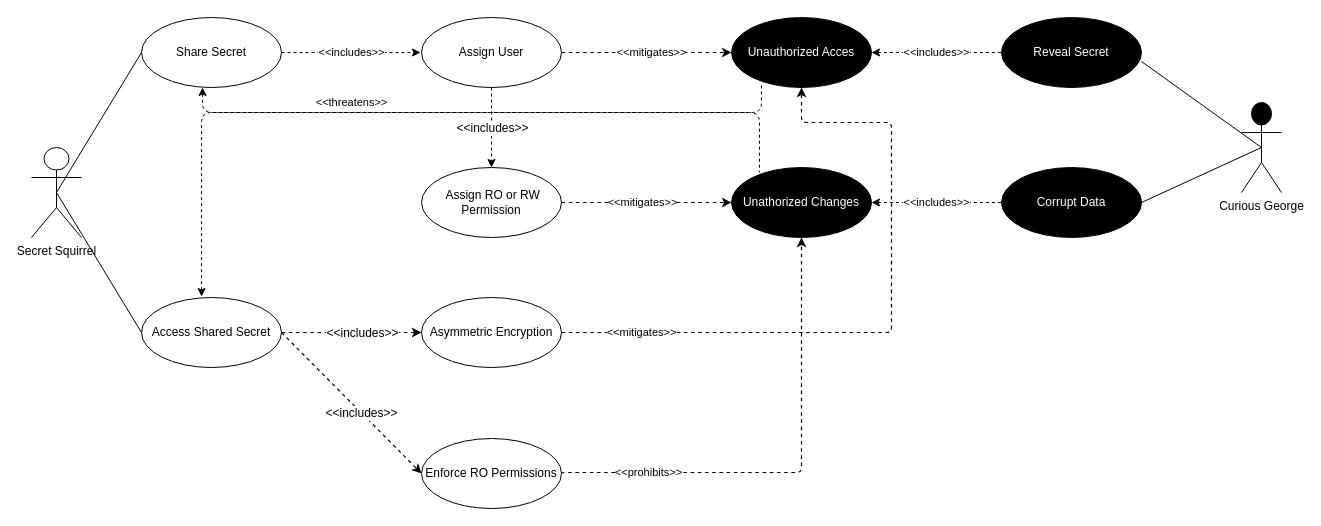
sdfrench/CYBR8420-GotRoot keeps this draw.io diagram as page "Sharing" (5 of 5) of Images/Use Cases.drawio. Above is the earlier version. Source tidied: cells renumbered, new cells numbered last; positions are measured from the earlier drawing's top-left corner, leaving out a move shared by most shapes. Both pictures are drawn from the tidied source at 100%, with x=0, y=0 at pixel (31, 17).
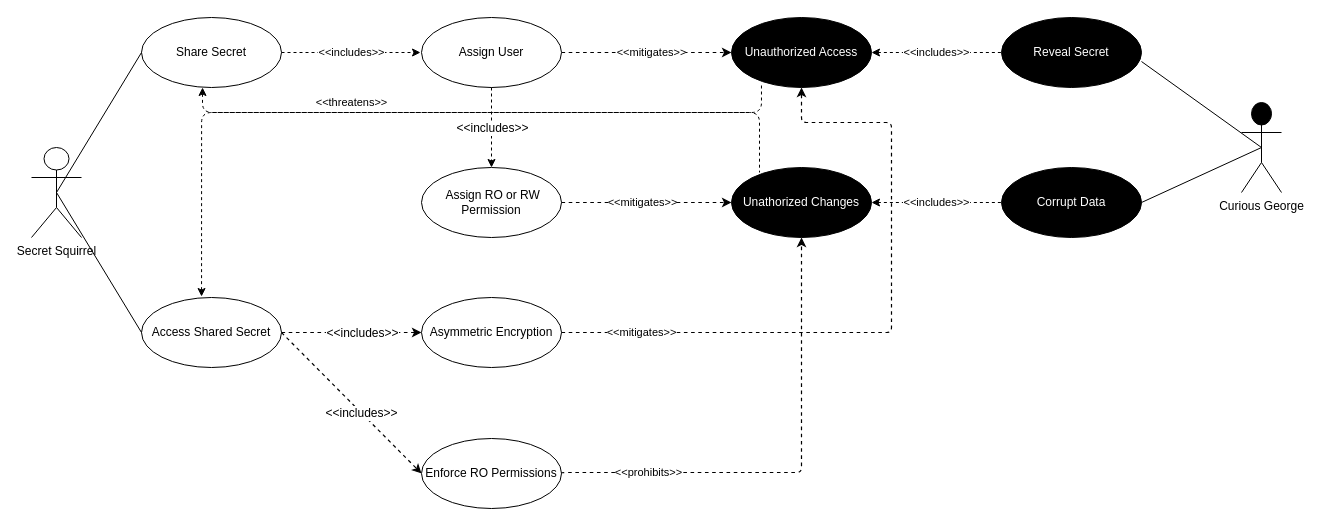
The same diagram, later.

Change to the diagram source:
```diff
@@
-    <mxCell id="15" value="Unauthorized Acces" style="ellipse;whiteSpace=wrap;html=1;fillColor=#000000;fontColor=#FFFFFF;" parent="1" vertex="1">
+    <mxCell id="15" value="Unauthorized Access" style="ellipse;whiteSpace=wrap;html=1;fillColor=#000000;fontColor=#FFFFFF;" parent="1" vertex="1">
       <mxGeometry x="700" width="140" height="70" as="geometry" />
     </mxCell>
```
